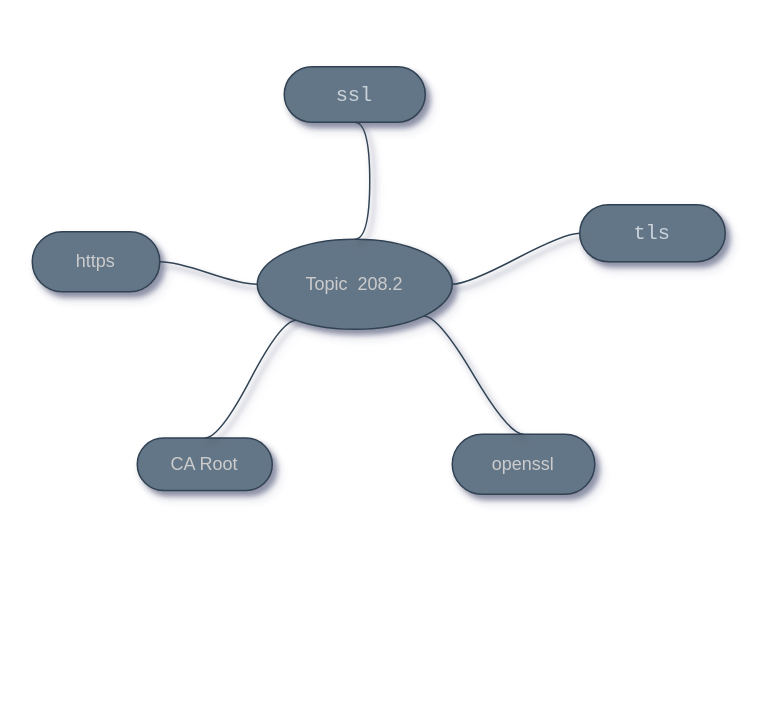
Above: MindMaps/mindmap-208.2.drawio in marcossilvestrini/learning-lpic-2-202-450 (draw.io), before the change. Source tidied: cells renumbered, new cells numbered last; positions are measured from the earlier drawing's top-left corner, leaving out a move shared by most shapes. Both pictures are drawn from the tidied source at 150%, with x=0, y=0 at pixel (32, 66).
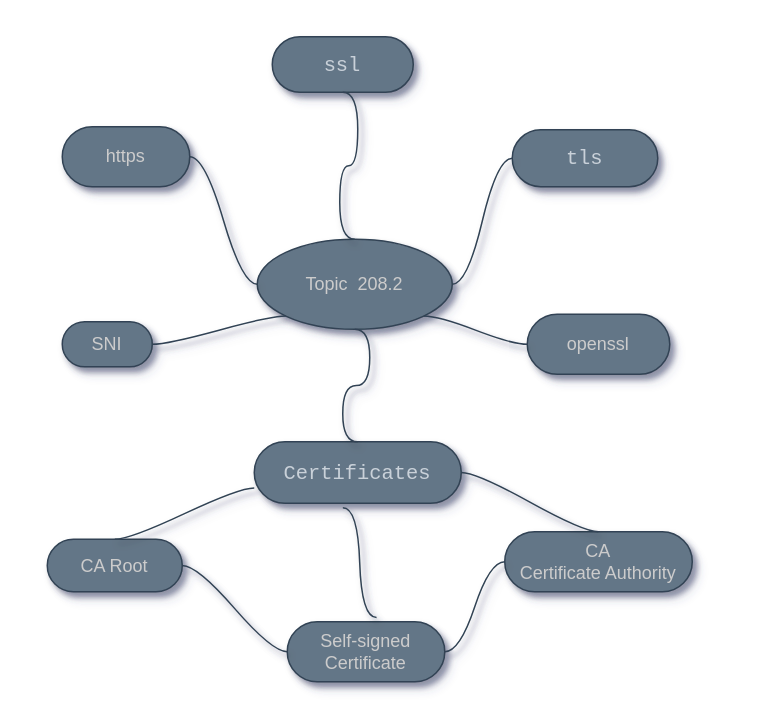
The same page after the edit.

The change refers to these unchanged cells:
```xml
<mxCell id="2" value="Topic&amp;nbsp; 208.2" style="ellipse;whiteSpace=wrap;html=1;align=center;newEdgeStyle={&quot;edgeStyle&quot;:&quot;entityRelationEdgeStyle&quot;,&quot;startArrow&quot;:&quot;none&quot;,&quot;endArrow&quot;:&quot;none&quot;,&quot;segment&quot;:10,&quot;curved&quot;:1};fillColor=#647687;fontColor=#CCCCCC;strokeColor=#314354;shadow=1;sketch=0;" parent="1" vertex="1">
  <mxGeometry x="150" y="115" width="130" height="60" as="geometry" />
</mxCell>
```

Diff of the diagram source:
```diff
@@
     <mxCell id="3" value="&lt;pre style=&quot;box-sizing: border-box ; font-family: , , &amp;quot;sf mono&amp;quot; , &amp;quot;menlo&amp;quot; , &amp;quot;consolas&amp;quot; , &amp;quot;liberation mono&amp;quot; , monospace ; font-size: 13.6px ; margin-top: 0px ; margin-bottom: 0px ; overflow-wrap: normal ; padding: 16px ; overflow: auto ; line-height: 1.45 ; border-radius: 6px ; word-break: normal ; color: rgb(201 , 209 , 217)&quot;&gt;ssl&lt;/pre&gt;" style="whiteSpace=wrap;html=1;rounded=1;arcSize=50;align=center;verticalAlign=middle;strokeWidth=1;spacing=4;newEdgeStyle={&quot;edgeStyle&quot;:&quot;entityRelationEdgeStyle&quot;,&quot;startArrow&quot;:&quot;none&quot;,&quot;endArrow&quot;:&quot;none&quot;,&quot;segment&quot;:10,&quot;curved&quot;:1};fillColor=#647687;fontColor=#CCCCCC;strokeColor=#314354;shadow=1;sketch=0;" parent="1" vertex="1">
-      <mxGeometry x="168" width="94" height="37" as="geometry" />
+      <mxGeometry x="160" y="-20" width="94" height="37" as="geometry" />
     </mxCell>
@@
     <mxCell id="5" value="&lt;pre style=&quot;box-sizing: border-box ; font-family: , , &amp;quot;sf mono&amp;quot; , &amp;quot;menlo&amp;quot; , &amp;quot;consolas&amp;quot; , &amp;quot;liberation mono&amp;quot; , monospace ; font-size: 13.6px ; margin-top: 0px ; margin-bottom: 0px ; overflow-wrap: normal ; padding: 16px ; overflow: auto ; line-height: 1.45 ; border-radius: 6px ; word-break: normal ; color: rgb(201 , 209 , 217)&quot;&gt;tls&lt;/pre&gt;" style="whiteSpace=wrap;html=1;rounded=1;arcSize=50;align=center;verticalAlign=middle;strokeWidth=1;spacing=4;newEdgeStyle={&quot;edgeStyle&quot;:&quot;entityRelationEdgeStyle&quot;,&quot;startArrow&quot;:&quot;none&quot;,&quot;endArrow&quot;:&quot;none&quot;,&quot;segment&quot;:10,&quot;curved&quot;:1};fillColor=#647687;fontColor=#CCCCCC;strokeColor=#314354;shadow=1;sketch=0;" parent="1" vertex="1">
-      <mxGeometry x="365" y="92" width="97" height="38" as="geometry" />
+      <mxGeometry x="320" y="42" width="97" height="38" as="geometry" />
     </mxCell>
@@
     <mxCell id="7" value="CA Root" style="whiteSpace=wrap;html=1;rounded=1;arcSize=50;align=center;verticalAlign=middle;strokeWidth=1;spacing=4;newEdgeStyle={&quot;edgeStyle&quot;:&quot;entityRelationEdgeStyle&quot;,&quot;startArrow&quot;:&quot;none&quot;,&quot;endArrow&quot;:&quot;none&quot;,&quot;segment&quot;:10,&quot;curved&quot;:1};fillColor=#647687;fontColor=#CCCCCC;strokeColor=#314354;shadow=1;sketch=0;" parent="1" vertex="1">
-      <mxGeometry x="70" y="247.5" width="90" height="35" as="geometry" />
+      <mxGeometry x="10" y="315" width="90" height="35" as="geometry" />
     </mxCell>
-    <mxCell id="8" style="edgeStyle=entityRelationEdgeStyle;startArrow=none;endArrow=none;segment=10;curved=1;exitX=0.2;exitY=0.9;exitDx=0;exitDy=0;fillColor=#647687;strokeColor=#314354;shadow=1;fontColor=#CCCCCC;sketch=0;exitPerimeter=0;entryX=0.5;entryY=0;entryDx=0;entryDy=0;" parent="1" edge="1" source="2" target="7">
+    <mxCell id="8" style="edgeStyle=entityRelationEdgeStyle;startArrow=none;endArrow=none;segment=10;curved=1;fillColor=#647687;strokeColor=#314354;shadow=1;fontColor=#CCCCCC;sketch=0;entryX=0.5;entryY=0;entryDx=0;entryDy=0;exitX=0;exitY=0.75;exitDx=0;exitDy=0;" parent="1" edge="1" source="13" target="7">
       <mxGeometry relative="1" as="geometry" />
     </mxCell>
     <mxCell id="9" value="openssl" style="whiteSpace=wrap;html=1;rounded=1;arcSize=50;align=center;verticalAlign=middle;strokeWidth=1;spacing=4;newEdgeStyle={&quot;edgeStyle&quot;:&quot;entityRelationEdgeStyle&quot;,&quot;startArrow&quot;:&quot;none&quot;,&quot;endArrow&quot;:&quot;none&quot;,&quot;segment&quot;:10,&quot;curved&quot;:1};fillColor=#647687;fontColor=#CCCCCC;strokeColor=#314354;shadow=1;sketch=0;" parent="1" vertex="1">
-      <mxGeometry x="280" y="245" width="95" height="40" as="geometry" />
+      <mxGeometry x="330" y="165" width="95" height="40" as="geometry" />
     </mxCell>
-    <mxCell id="10" style="edgeStyle=entityRelationEdgeStyle;startArrow=none;endArrow=none;segment=10;curved=1;exitX=1;exitY=1;exitDx=0;exitDy=0;fillColor=#647687;strokeColor=#314354;shadow=1;fontColor=#CCCCCC;sketch=0;entryX=0.5;entryY=0;entryDx=0;entryDy=0;" parent="1" edge="1" source="2" target="9">
+    <mxCell id="10" style="edgeStyle=entityRelationEdgeStyle;startArrow=none;endArrow=none;segment=10;curved=1;exitX=1;exitY=1;exitDx=0;exitDy=0;fillColor=#647687;strokeColor=#314354;shadow=1;fontColor=#CCCCCC;sketch=0;entryX=0;entryY=0.5;entryDx=0;entryDy=0;" parent="1" edge="1" source="2" target="9">
       <mxGeometry relative="1" as="geometry" />
     </mxCell>
     <mxCell id="11" value="https" style="whiteSpace=wrap;html=1;rounded=1;arcSize=50;align=center;verticalAlign=middle;strokeWidth=1;spacing=4;newEdgeStyle={&quot;edgeStyle&quot;:&quot;entityRelationEdgeStyle&quot;,&quot;startArrow&quot;:&quot;none&quot;,&quot;endArrow&quot;:&quot;none&quot;,&quot;segment&quot;:10,&quot;curved&quot;:1};fillColor=#647687;fontColor=#CCCCCC;strokeColor=#314354;shadow=1;sketch=0;" parent="1" vertex="1">
-      <mxGeometry y="110" width="85" height="40" as="geometry" />
+      <mxGeometry x="20" y="40" width="85" height="40" as="geometry" />
     </mxCell>
@@
+    <mxCell id="13" value="&lt;pre style=&quot;box-sizing: border-box ; font-family: , , &amp;quot;sf mono&amp;quot; , &amp;quot;menlo&amp;quot; , &amp;quot;consolas&amp;quot; , &amp;quot;liberation mono&amp;quot; , monospace ; font-size: 13.6px ; margin-top: 0px ; margin-bottom: 0px ; overflow-wrap: normal ; padding: 16px ; overflow: auto ; line-height: 1.45 ; border-radius: 6px ; word-break: normal ; color: rgb(201 , 209 , 217)&quot;&gt;Certificates&lt;/pre&gt;" style="whiteSpace=wrap;html=1;rounded=1;arcSize=50;align=center;verticalAlign=middle;strokeWidth=1;spacing=4;newEdgeStyle={&quot;edgeStyle&quot;:&quot;entityRelationEdgeStyle&quot;,&quot;startArrow&quot;:&quot;none&quot;,&quot;endArrow&quot;:&quot;none&quot;,&quot;segment&quot;:10,&quot;curved&quot;:1};fillColor=#647687;fontColor=#CCCCCC;strokeColor=#314354;shadow=1;sketch=0;" parent="1" vertex="1">
+      <mxGeometry x="148" y="250" width="138" height="41" as="geometry" />
+    </mxCell>
+    <mxCell id="14" style="edgeStyle=entityRelationEdgeStyle;startArrow=none;endArrow=none;segment=10;curved=1;exitX=0.5;exitY=1;exitDx=0;exitDy=0;fillColor=#647687;strokeColor=#314354;fontColor=#CCCCCC;shadow=1;sketch=0;entryX=0.5;entryY=0;entryDx=0;entryDy=0;" parent="1" edge="1" source="2" target="13">
+      <mxGeometry relative="1" as="geometry" />
+    </mxCell>
+    <mxCell id="15" value="CA&lt;br&gt;Certificate Authority" style="whiteSpace=wrap;html=1;rounded=1;arcSize=50;align=center;verticalAlign=middle;strokeWidth=1;spacing=4;newEdgeStyle={&quot;edgeStyle&quot;:&quot;entityRelationEdgeStyle&quot;,&quot;startArrow&quot;:&quot;none&quot;,&quot;endArrow&quot;:&quot;none&quot;,&quot;segment&quot;:10,&quot;curved&quot;:1};fillColor=#647687;fontColor=#CCCCCC;strokeColor=#314354;shadow=1;sketch=0;" parent="1" vertex="1">
+      <mxGeometry x="315" y="310" width="125" height="40" as="geometry" />
+    </mxCell>
+    <mxCell id="16" style="edgeStyle=entityRelationEdgeStyle;startArrow=none;endArrow=none;segment=10;curved=1;fillColor=#647687;strokeColor=#314354;shadow=1;fontColor=#CCCCCC;sketch=0;entryX=0.5;entryY=0;entryDx=0;entryDy=0;" parent="1" edge="1" source="13" target="15">
+      <mxGeometry relative="1" as="geometry" />
+    </mxCell>
+    <mxCell id="17" value="Self-signed Certificate" style="whiteSpace=wrap;html=1;fillColor=#647687;strokeColor=#314354;fontColor=#CCCCCC;rounded=1;arcSize=50;strokeWidth=1;spacing=4;shadow=1;sketch=0;" parent="1" vertex="1">
+      <mxGeometry x="170" y="370" width="105" height="40" as="geometry" />
+    </mxCell>
+    <mxCell id="18" style="edgeStyle=entityRelationEdgeStyle;startArrow=none;endArrow=none;segment=10;curved=1;fillColor=#647687;strokeColor=#314354;shadow=1;fontColor=#CCCCCC;sketch=0;entryX=0.567;entryY=-0.071;entryDx=0;entryDy=0;exitX=0.428;exitY=1.073;exitDx=0;exitDy=0;exitPerimeter=0;entryPerimeter=0;" parent="1" edge="1" source="13" target="17">
+      <mxGeometry relative="1" as="geometry" />
+    </mxCell>
+    <mxCell id="19" style="edgeStyle=entityRelationEdgeStyle;startArrow=none;endArrow=none;segment=10;curved=1;fillColor=#647687;strokeColor=#314354;shadow=1;fontColor=#CCCCCC;sketch=0;entryX=0;entryY=0.5;entryDx=0;entryDy=0;exitX=1;exitY=0.5;exitDx=0;exitDy=0;" parent="1" edge="1" source="17" target="15">
+      <mxGeometry relative="1" as="geometry" />
+    </mxCell>
+    <mxCell id="20" style="edgeStyle=entityRelationEdgeStyle;startArrow=none;endArrow=none;segment=10;curved=1;fillColor=#647687;strokeColor=#314354;shadow=1;fontColor=#CCCCCC;sketch=0;entryX=0;entryY=0.5;entryDx=0;entryDy=0;exitX=1;exitY=0.5;exitDx=0;exitDy=0;" parent="1" edge="1" source="7" target="17">
+      <mxGeometry relative="1" as="geometry" />
+    </mxCell>
+    <mxCell id="21" value="SNI" style="whiteSpace=wrap;html=1;rounded=1;arcSize=50;align=center;verticalAlign=middle;strokeWidth=1;spacing=4;newEdgeStyle={&quot;edgeStyle&quot;:&quot;entityRelationEdgeStyle&quot;,&quot;startArrow&quot;:&quot;none&quot;,&quot;endArrow&quot;:&quot;none&quot;,&quot;segment&quot;:10,&quot;curved&quot;:1};fillColor=#647687;fontColor=#CCCCCC;strokeColor=#314354;shadow=1;sketch=0;" parent="1" vertex="1">
+      <mxGeometry x="20" y="170" width="60" height="30" as="geometry" />
+    </mxCell>
+    <mxCell id="22" style="edgeStyle=entityRelationEdgeStyle;startArrow=none;endArrow=none;segment=10;curved=1;exitX=0;exitY=1;exitDx=0;exitDy=0;fillColor=#647687;strokeColor=#314354;shadow=1;fontColor=#CCCCCC;sketch=0;entryX=1;entryY=0.5;entryDx=0;entryDy=0;" parent="1" edge="1" source="2" target="21">
+      <mxGeometry relative="1" as="geometry" />
+    </mxCell>
```
